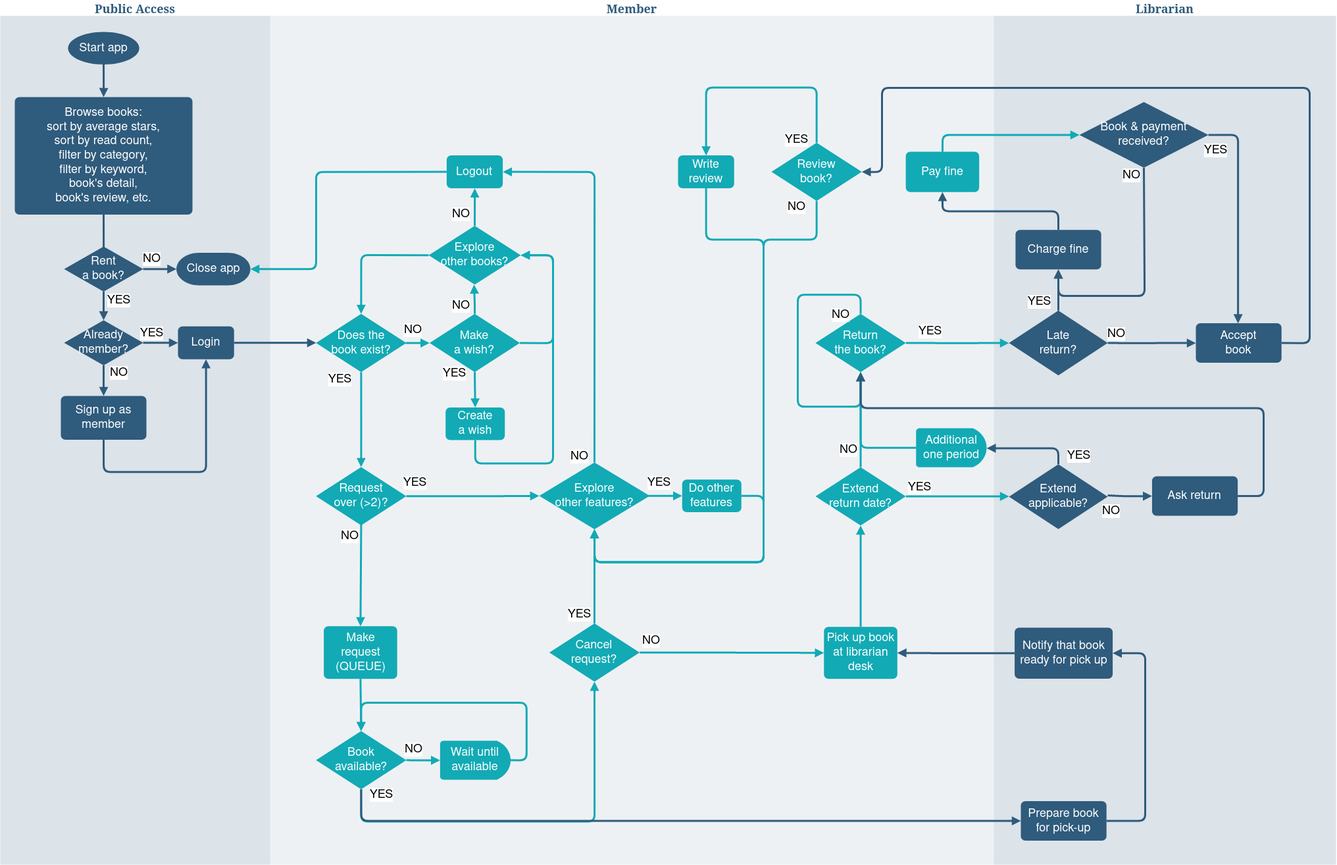
Earlier version of the draw.io export flowchart.png (bagusbpg/public-library). Source tidied: cells renumbered, new cells last; positions are measured from the earlier drawing's top-left corner, leaving out a move shared by most shapes.
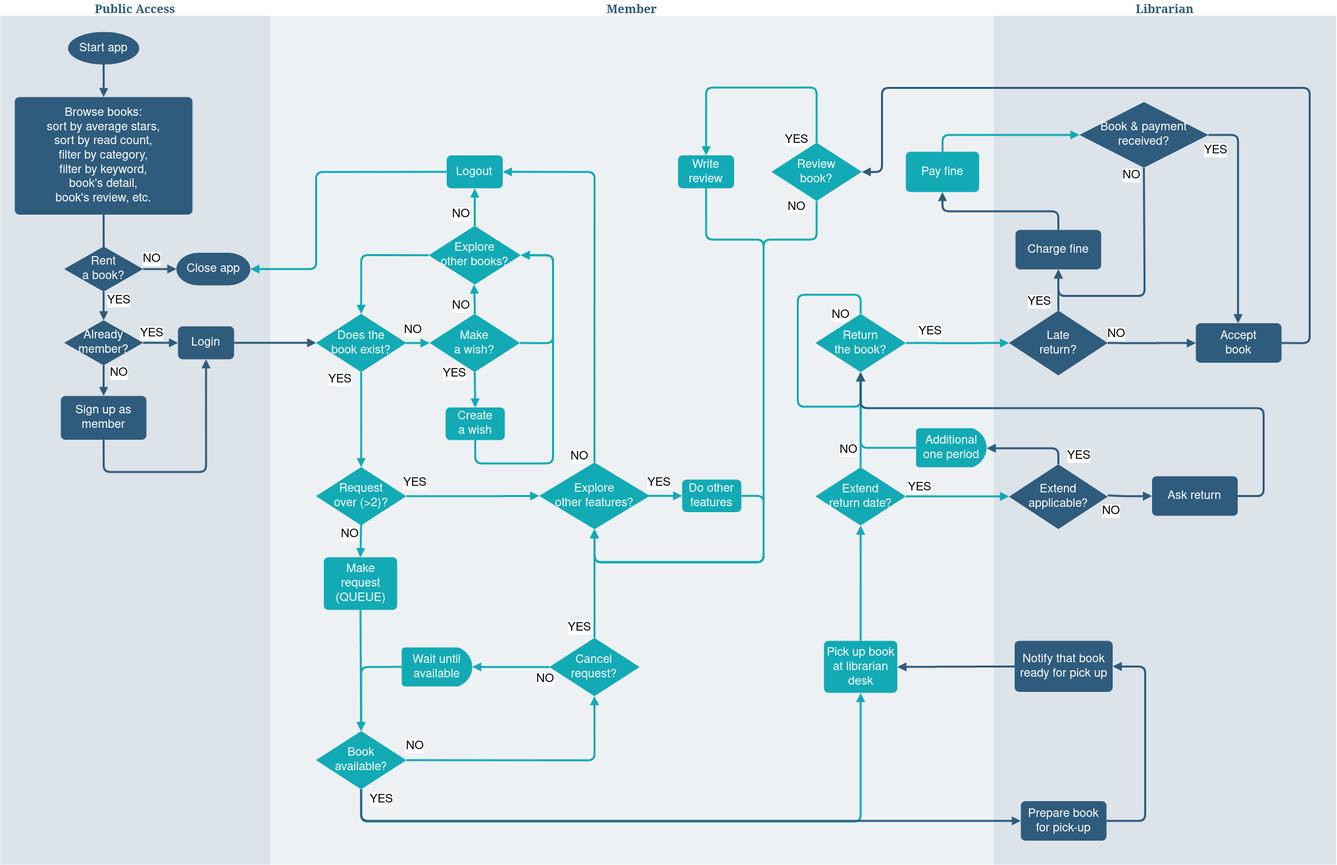
Later version of the same file.

The edit, as a diff of the source:
```diff
@@ -9,13 +9,13 @@
       <mxGeometry x="41" y="1216" width="130.2" height="60" as="geometry" />
     </mxCell>
     <mxCell id="4" value="&lt;div&gt;&lt;font style=&quot;font-size: 18px&quot;&gt;Notify that book ready for pick up&lt;br&gt;&lt;/font&gt;&lt;/div&gt;" style="rounded=1;whiteSpace=wrap;html=1;absoluteArcSize=1;arcSize=14;strokeWidth=2;shadow=0;fontFamily=Helvetica;fontSize=12;fontColor=#FFFFFF;align=center;strokeColor=none;fillColor=#2f5b7c;" parent="2" vertex="1">
-      <mxGeometry x="31.6" y="952.5" width="149" height="77.5" as="geometry" />
+      <mxGeometry x="31.6" y="972.6" width="149" height="77.5" as="geometry" />
     </mxCell>
     <mxCell id="5" style="edgeStyle=segmentEdgeStyle;strokeColor=#2F5B7C;strokeWidth=3;html=1;endArrow=block;endFill=1;exitX=1;exitY=0.5;exitDx=0;exitDy=0;entryX=1;entryY=0.5;entryDx=0;entryDy=0;" parent="2" edge="1" source="3" target="4">
       <mxGeometry x="0.78" y="74" relative="1" as="geometry">
         <Array as="points">
           <mxPoint x="230" y="1246" />
-          <mxPoint x="230" y="991" />
+          <mxPoint x="230" y="1011" />
         </Array>
       </mxGeometry>
     </mxCell>
@@ -148,7 +148,7 @@
       <mxGeometry x="-0.88" y="-31" relative="1" as="geometry" />
     </mxCell>
     <mxCell id="35" value="&lt;font style=&quot;font-size: 18px&quot;&gt;Make&lt;br&gt;request (QUEUE)&lt;br&gt;&lt;/font&gt;" style="rounded=1;whiteSpace=wrap;html=1;absoluteArcSize=1;arcSize=14;strokeWidth=2;shadow=0;fontFamily=Helvetica;fontSize=12;fontColor=#FFFFFF;align=center;strokeColor=none;fillColor=#12aab5;" parent="26" vertex="1">
-      <mxGeometry x="81.6" y="950.3" width="111.5" height="80" as="geometry" />
+      <mxGeometry x="81.6" y="845.5" width="111.5" height="80" as="geometry" />
     </mxCell>
     <mxCell id="36" value="&lt;font style=&quot;font-size: 18px&quot;&gt;YES&lt;/font&gt;" style="edgeStyle=segmentEdgeStyle;strokeColor=#12AAB5;strokeWidth=3;html=1;endArrow=block;endFill=1;exitX=0.5;exitY=1;exitDx=0;exitDy=0;exitPerimeter=0;entryX=0.5;entryY=0;entryDx=0;entryDy=0;entryPerimeter=0;" parent="26" edge="1" source="31" target="30">
       <mxGeometry x="-0.85" y="-32" relative="1" as="geometry">
@@ -158,10 +158,10 @@
       </mxGeometry>
     </mxCell>
     <mxCell id="37" value="&lt;font style=&quot;font-size: 18px&quot;&gt;Cancel&lt;br&gt;request?&lt;br&gt;&lt;/font&gt;" style="strokeWidth=2;html=1;shape=mxgraph.flowchart.decision;whiteSpace=wrap;shadow=0;fontFamily=Helvetica;fontSize=12;fontColor=#FFFFFF;align=center;strokeColor=none;fillColor=#12aab5;" parent="26" vertex="1">
-      <mxGeometry x="424.4" y="946.1" width="137.2" height="88.5" as="geometry" />
+      <mxGeometry x="424.4" y="967.9" width="137.2" height="88.5" as="geometry" />
     </mxCell>
     <mxCell id="38" value="&lt;font style=&quot;font-size: 18px&quot;&gt;Wait until available&lt;br&gt;&lt;/font&gt;" style="strokeWidth=2;html=1;shape=mxgraph.flowchart.delay;whiteSpace=wrap;shadow=0;fontFamily=Helvetica;fontSize=12;fontColor=#FFFFFF;align=center;strokeColor=none;fillColor=#12aab5;" parent="26" vertex="1">
-      <mxGeometry x="258.4" y="1124.2" width="107.2" height="59.2" as="geometry" />
+      <mxGeometry x="200" y="982.5" width="107.2" height="59.2" as="geometry" />
     </mxCell>
     <mxCell id="39" value="&lt;font style=&quot;font-size: 18px&quot;&gt;Book&lt;br&gt;available?&lt;br&gt;&lt;/font&gt;" style="strokeWidth=2;html=1;shape=mxgraph.flowchart.decision;whiteSpace=wrap;shadow=0;fontFamily=Helvetica;fontSize=12;fontColor=#FFFFFF;align=center;strokeColor=none;fillColor=#12aab5;" parent="26" vertex="1">
       <mxGeometry x="69.8" y="1109.6" width="137.2" height="88.5" as="geometry" />
@@ -169,28 +169,25 @@
     <mxCell id="40" style="edgeStyle=segmentEdgeStyle;strokeColor=#12AAB5;strokeWidth=3;html=1;endArrow=block;endFill=1;entryX=0.5;entryY=0;entryDx=0;entryDy=0;entryPerimeter=0;exitX=0.5;exitY=1;exitDx=0;exitDy=0;" parent="26" edge="1" source="35" target="39">
       <mxGeometry x="0.18" y="-55" relative="1" as="geometry" />
     </mxCell>
-    <mxCell id="41" value="&lt;font style=&quot;font-size: 18px&quot;&gt;NO&lt;/font&gt;" style="edgeStyle=segmentEdgeStyle;strokeColor=#12AAB5;strokeWidth=3;html=1;endArrow=block;endFill=1;entryX=0;entryY=0.5;entryDx=0;entryDy=0;exitX=1;exitY=0.5;exitDx=0;exitDy=0;exitPerimeter=0;entryPerimeter=0;" parent="26" edge="1" source="39" target="38">
-      <mxGeometry x="-0.6" y="16" relative="1" as="geometry">
+    <mxCell id="41" value="&lt;font style=&quot;font-size: 18px&quot;&gt;NO&lt;/font&gt;" style="edgeStyle=segmentEdgeStyle;strokeColor=#12AAB5;strokeWidth=3;html=1;endArrow=block;endFill=1;exitX=1;exitY=0.5;exitDx=0;exitDy=0;exitPerimeter=0;entryX=0.5;entryY=1;entryDx=0;entryDy=0;entryPerimeter=0;" parent="26" edge="1" source="39" target="37">
+      <mxGeometry x="-0.93" y="21" relative="1" as="geometry">
         <Array as="points">
-          <mxPoint x="238.6" y="1154.4" />
-          <mxPoint x="238.6" y="1154.4" />
+          <mxPoint x="493" y="1154" />
         </Array>
       </mxGeometry>
     </mxCell>
-    <mxCell id="42" style="edgeStyle=segmentEdgeStyle;strokeColor=#12AAB5;strokeWidth=3;html=1;endArrow=block;endFill=1;entryX=0.5;entryY=0;entryDx=0;entryDy=0;exitX=1;exitY=0.5;exitDx=0;exitDy=0;exitPerimeter=0;entryPerimeter=0;" parent="26" edge="1" source="38" target="39">
+    <mxCell id="42" style="edgeStyle=segmentEdgeStyle;strokeColor=#12AAB5;strokeWidth=3;html=1;endArrow=block;endFill=1;entryX=0.5;entryY=0;entryDx=0;entryDy=0;entryPerimeter=0;exitX=0;exitY=0.5;exitDx=0;exitDy=0;exitPerimeter=0;" parent="26" edge="1" source="38" target="39">
       <mxGeometry x="-0.26" y="55" relative="1" as="geometry">
         <Array as="points">
-          <mxPoint x="389.7" y="1153.5" />
-          <mxPoint x="389.7" y="1066.5" />
-          <mxPoint x="138.7" y="1066.5" />
+          <mxPoint x="138" y="1012" />
         </Array>
       </mxGeometry>
     </mxCell>
-    <mxCell id="43" value="&lt;font style=&quot;font-size: 18px&quot;&gt;YES&lt;/font&gt;" style="edgeStyle=segmentEdgeStyle;strokeColor=#12AAB5;strokeWidth=3;html=1;endArrow=block;endFill=1;entryX=0.5;entryY=1;entryDx=0;entryDy=0;exitX=0.5;exitY=1;exitDx=0;exitDy=0;entryPerimeter=0;exitPerimeter=0;" parent="26" edge="1" source="39" target="37">
+    <mxCell id="43" value="&lt;font style=&quot;font-size: 18px&quot;&gt;YES&lt;/font&gt;" style="edgeStyle=segmentEdgeStyle;strokeColor=#12AAB5;strokeWidth=3;html=1;endArrow=block;endFill=1;entryX=0.5;entryY=1;entryDx=0;entryDy=0;exitX=0.5;exitY=1;exitDx=0;exitDy=0;exitPerimeter=0;" parent="26" edge="1" source="39" target="58">
       <mxGeometry x="-0.97" y="31" relative="1" as="geometry">
         <Array as="points">
           <mxPoint x="138" y="1247" />
-          <mxPoint x="493" y="1247" />
+          <mxPoint x="898" y="1247" />
         </Array>
       </mxGeometry>
     </mxCell>
@@ -203,7 +200,7 @@
       </mxGeometry>
     </mxCell>
     <mxCell id="45" value="&lt;font style=&quot;font-size: 18px&quot;&gt;NO&lt;/font&gt;" style="edgeStyle=segmentEdgeStyle;strokeColor=#12AAB5;strokeWidth=3;html=1;endArrow=block;endFill=1;exitX=0.5;exitY=1;exitDx=0;exitDy=0;exitPerimeter=0;entryX=0.5;entryY=0;entryDx=0;entryDy=0;" parent="26" edge="1" source="30" target="35">
-      <mxGeometry x="-0.7" y="-17" relative="1" as="geometry">
+      <mxGeometry x="-0.24" y="-17" relative="1" as="geometry">
         <Array as="points">
           <mxPoint x="138" y="793" />
           <mxPoint x="137" y="793" />
@@ -271,15 +268,10 @@
       </mxGeometry>
     </mxCell>
     <mxCell id="58" value="&lt;font style=&quot;font-size: 18px&quot;&gt;Pick up book at librarian desk&lt;br&gt;&lt;/font&gt;" style="rounded=1;whiteSpace=wrap;html=1;absoluteArcSize=1;arcSize=14;strokeWidth=2;shadow=0;fontFamily=Helvetica;fontSize=12;fontColor=#FFFFFF;align=center;strokeColor=none;fillColor=#12aab5;" parent="26" vertex="1">
-      <mxGeometry x="841.8" y="951.3" width="111.5" height="79" as="geometry" />
+      <mxGeometry x="841.8" y="972.6" width="111.5" height="79" as="geometry" />
     </mxCell>
-    <mxCell id="59" value="&lt;font style=&quot;font-size: 18px&quot;&gt;NO&lt;/font&gt;" style="edgeStyle=segmentEdgeStyle;strokeColor=#12AAB5;strokeWidth=3;html=1;endArrow=block;endFill=1;entryX=0;entryY=0.5;entryDx=0;entryDy=0;exitX=1;exitY=0.5;exitDx=0;exitDy=0;exitPerimeter=0;" parent="26" edge="1" source="37" target="58">
-      <mxGeometry x="-0.87" y="18" relative="1" as="geometry">
-        <Array as="points">
-          <mxPoint x="760" y="991" />
-          <mxPoint x="760" y="991" />
-        </Array>
-      </mxGeometry>
+    <mxCell id="59" value="&lt;font style=&quot;font-size: 18px&quot;&gt;NO&lt;/font&gt;" style="edgeStyle=segmentEdgeStyle;strokeColor=#12AAB5;strokeWidth=3;html=1;endArrow=block;endFill=1;entryX=1;entryY=0.5;entryDx=0;entryDy=0;exitX=0;exitY=0.5;exitDx=0;exitDy=0;exitPerimeter=0;entryPerimeter=0;" parent="26" edge="1" source="37" target="38">
+      <mxGeometry x="-0.87" y="18" relative="1" as="geometry" />
     </mxCell>
     <mxCell id="60" style="edgeStyle=segmentEdgeStyle;strokeColor=#12AAB5;strokeWidth=3;html=1;endArrow=block;endFill=1;entryX=0.5;entryY=1;entryDx=0;entryDy=0;entryPerimeter=0;exitX=0.5;exitY=0;exitDx=0;exitDy=0;" parent="26" edge="1" source="58" target="51">
       <mxGeometry x="-0.63" y="19" relative="1" as="geometry">
@@ -454,8 +446,7 @@
     <mxCell id="85" style="edgeStyle=segmentEdgeStyle;strokeColor=#2F5B7C;strokeWidth=3;html=1;endArrow=block;endFill=1;exitX=0;exitY=0.5;exitDx=0;exitDy=0;entryX=1;entryY=0.5;entryDx=0;entryDy=0;" parent="1" edge="1" source="4" target="58">
       <mxGeometry x="0.78" y="74" relative="1" as="geometry">
         <Array as="points">
-          <mxPoint x="1440" y="990" />
-          <mxPoint x="1440" y="990" />
+          <mxPoint x="1542" y="1012" />
         </Array>
       </mxGeometry>
     </mxCell>
```
